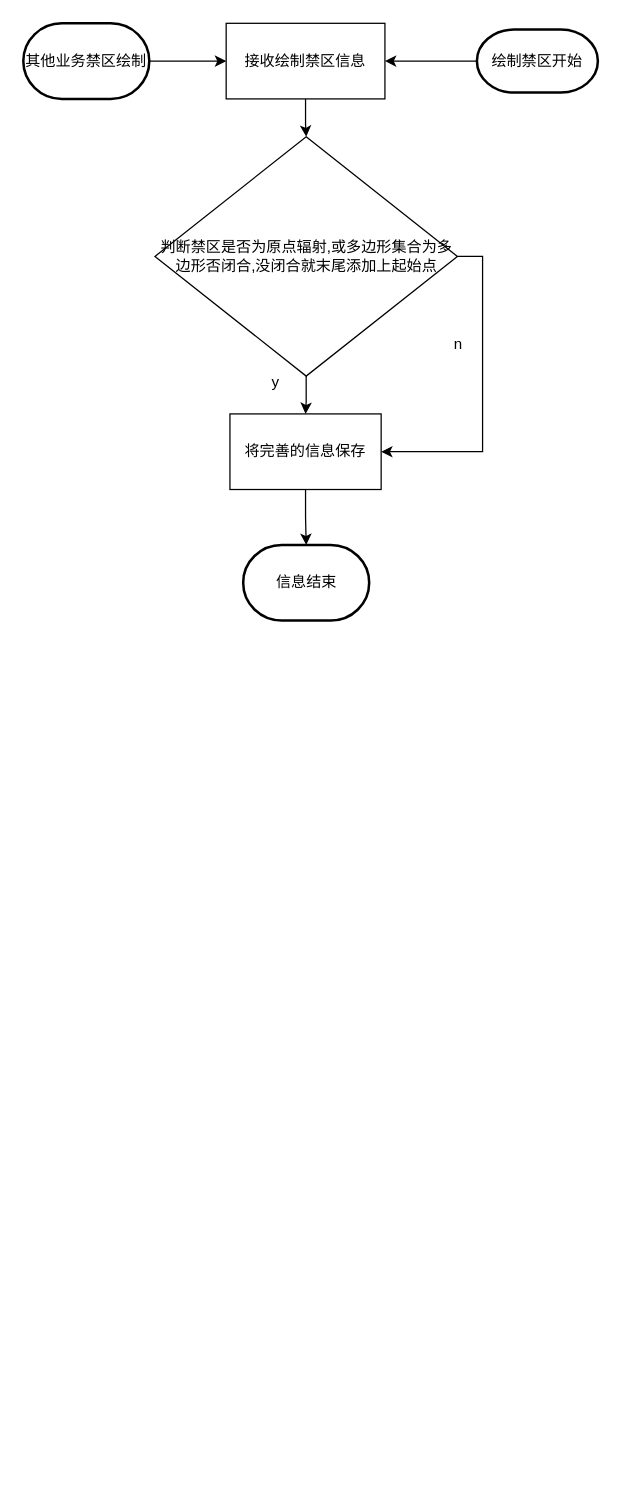
Earlier version of the draw.io diagram 未命名绘图.drawio (liguangrgj/fenx). Source tidied: cells renumbered, new cells numbered last; positions are measured from the earlier drawing's top-left corner, leaving out a move shared by most shapes. Both pictures are drawn from the tidied source at 126%, with x=0, y=0 at pixel (23, 23).
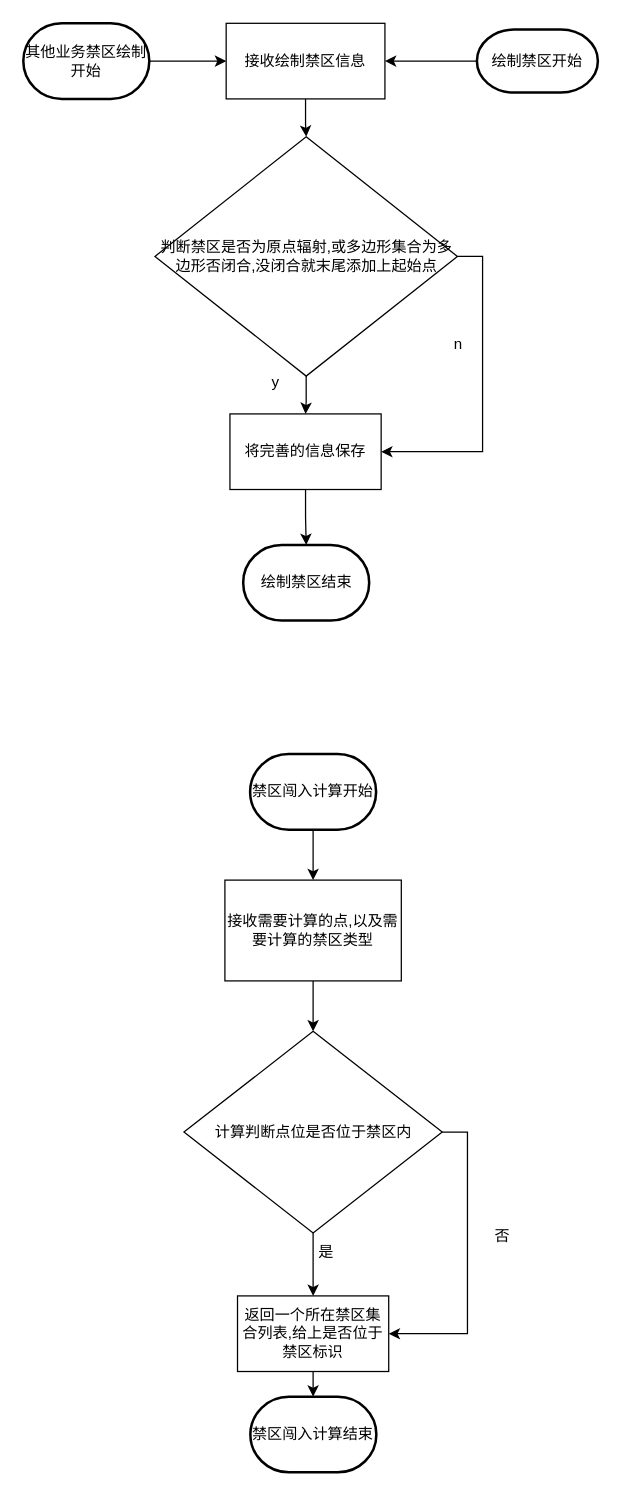
After the change.

Commit message:
禁区逻辑图.drawio

What changed in the source:
```diff
@@
-    <mxCell id="13" value="信息结束" style="strokeWidth=2;html=1;shape=mxgraph.flowchart.terminator;whiteSpace=wrap;" parent="1" vertex="1">
+    <mxCell id="13" value="绘制禁区结束" style="strokeWidth=2;html=1;shape=mxgraph.flowchart.terminator;whiteSpace=wrap;" parent="1" vertex="1">
       <mxGeometry x="174.5" y="414" width="100" height="60" as="geometry" />
     </mxCell>
@@
-    <mxCell id="15" value="其他业务禁区绘制" style="strokeWidth=2;html=1;shape=mxgraph.flowchart.terminator;whiteSpace=wrap;" parent="1" vertex="1">
+    <mxCell id="15" value="其他业务禁区绘制开始" style="strokeWidth=2;html=1;shape=mxgraph.flowchart.terminator;whiteSpace=wrap;" parent="1" vertex="1">
       <mxGeometry width="100" height="60" as="geometry" />
     </mxCell>
+    <mxCell id="16" style="edgeStyle=orthogonalEdgeStyle;rounded=0;jettySize=auto;html=1;exitX=0.5;exitY=1;exitDx=0;exitDy=0;exitPerimeter=0;" parent="1" edge="1" source="17" target="19">
+      <mxGeometry relative="1" as="geometry" />
+    </mxCell>
+    <mxCell id="17" value="禁区闯入计算开始" style="strokeWidth=2;html=1;shape=mxgraph.flowchart.terminator;whiteSpace=wrap;" parent="1" vertex="1">
+      <mxGeometry x="180" y="580" width="100" height="60" as="geometry" />
+    </mxCell>
+    <mxCell id="18" style="edgeStyle=orthogonalEdgeStyle;rounded=0;jettySize=auto;html=1;exitX=0.5;exitY=1;exitDx=0;exitDy=0;" parent="1" edge="1" source="19" target="22">
+      <mxGeometry relative="1" as="geometry" />
+    </mxCell>
+    <mxCell id="19" value="接收需要计算的点,以及需要计算的禁区类型" style="rounded=0;whiteSpace=wrap;html=1;" parent="1" vertex="1">
+      <mxGeometry x="160" y="680" width="140" height="80" as="geometry" />
+    </mxCell>
+    <mxCell id="20" style="edgeStyle=orthogonalEdgeStyle;rounded=0;jettySize=auto;html=1;" parent="1" edge="1" source="22" target="24">
+      <mxGeometry relative="1" as="geometry" />
+    </mxCell>
+    <mxCell id="21" style="edgeStyle=orthogonalEdgeStyle;rounded=0;jettySize=auto;html=1;exitX=1;exitY=0.5;exitDx=0;exitDy=0;entryX=1;entryY=0.5;entryDx=0;entryDy=0;" parent="1" edge="1" source="22" target="24">
+      <mxGeometry relative="1" as="geometry" />
+    </mxCell>
+    <mxCell id="22" value="计算判断点位是否位于禁区内" style="rhombus;whiteSpace=wrap;html=1;" parent="1" vertex="1">
+      <mxGeometry x="127.5" y="800" width="205" height="160" as="geometry" />
+    </mxCell>
+    <mxCell id="23" style="edgeStyle=orthogonalEdgeStyle;rounded=0;jettySize=auto;html=1;exitX=0.5;exitY=1;exitDx=0;exitDy=0;" parent="1" edge="1" source="24" target="27">
+      <mxGeometry relative="1" as="geometry" />
+    </mxCell>
+    <mxCell id="24" value="返回一个所在禁区集合列表,给上是否位于禁区标识" style="whiteSpace=wrap;html=1;" parent="1" vertex="1">
+      <mxGeometry x="170" y="1010" width="120" height="60" as="geometry" />
+    </mxCell>
+    <mxCell id="25" value="是&lt;div&gt;&lt;br&gt;&lt;/div&gt;" style="text;html=1;align=center;verticalAlign=middle;strokeColor=none;fillColor=none;" parent="1" vertex="1">
+      <mxGeometry x="220" y="963" width="40" height="40" as="geometry" />
+    </mxCell>
+    <mxCell id="26" value="否" style="text;html=1;align=center;verticalAlign=middle;strokeColor=none;fillColor=none;" parent="1" vertex="1">
+      <mxGeometry x="360" y="948" width="40" height="30" as="geometry" />
+    </mxCell>
+    <mxCell id="27" value="禁区闯入计算结束" style="strokeWidth=2;html=1;shape=mxgraph.flowchart.terminator;whiteSpace=wrap;" parent="1" vertex="1">
+      <mxGeometry x="180.2" y="1090" width="100" height="60" as="geometry" />
+    </mxCell>
```
